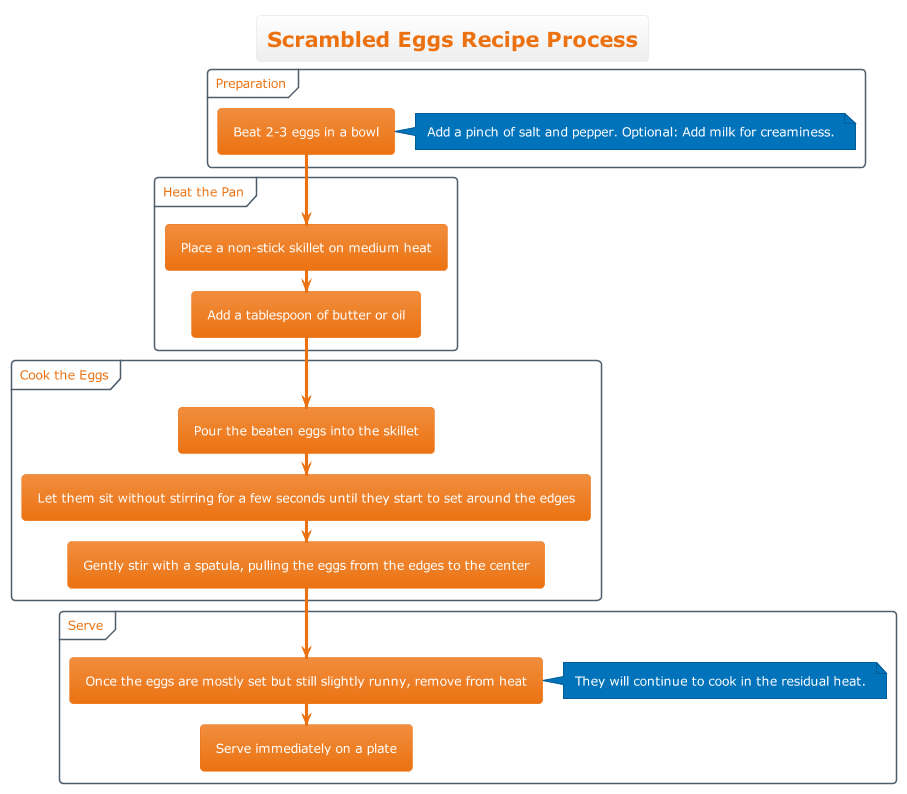
The PlantUML diagram diagrams/output.png in GrandPurpleOcelot/prompt_to_diagram, before a commit.
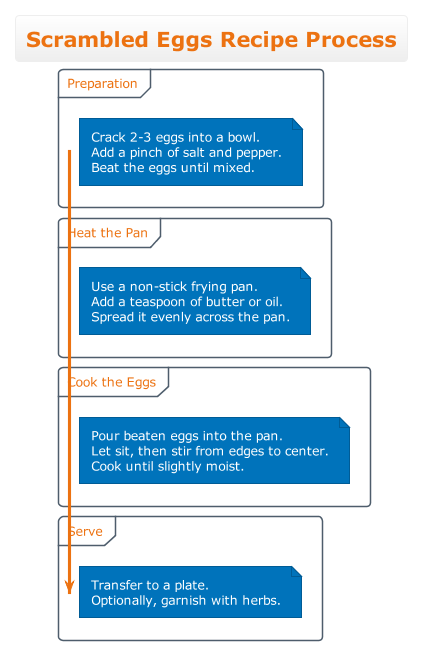
The same file after the commit.

Commit message:
update the PlantUML code display

Diff of the diagram source:
```diff
@@ -4,25 +4,34 @@
 title Scrambled Eggs Recipe Process
 
 group Preparation
-    :Beat 2-3 eggs in a bowl;
-    note right: Add a pinch of salt and pepper. Optional: Add milk for creaminess.
+note right
+  Crack 2-3 eggs into a bowl.
+  Add a pinch of salt and pepper.
+  Beat the eggs until mixed.
+end note
 end group
 
 group Heat the Pan
-    :Place a non-stick skillet on medium heat;
-    :Add a tablespoon of butter or oil;
+note right
+  Use a non-stick frying pan.
+  Add a teaspoon of butter or oil.
+  Spread it evenly across the pan.
+end note
 end group
 
 group Cook the Eggs
-    :Pour the beaten eggs into the skillet;
-    :Let them sit without stirring for a few seconds until they start to set around the edges;
-    :Gently stir with a spatula, pulling the eggs from the edges to the center;
+note right
+  Pour beaten eggs into the pan.
+  Let sit, then stir from edges to center.
+  Cook until slightly moist.
+end note
 end group
 
 group Serve
-    :Once the eggs are mostly set but still slightly runny, remove from heat;
-    note right: They will continue to cook in the residual heat.
-    :Serve immediately on a plate;
+note right
+  Transfer to a plate.
+  Optionally, garnish with herbs.
+end note
 end group
 
 @enduml
```
